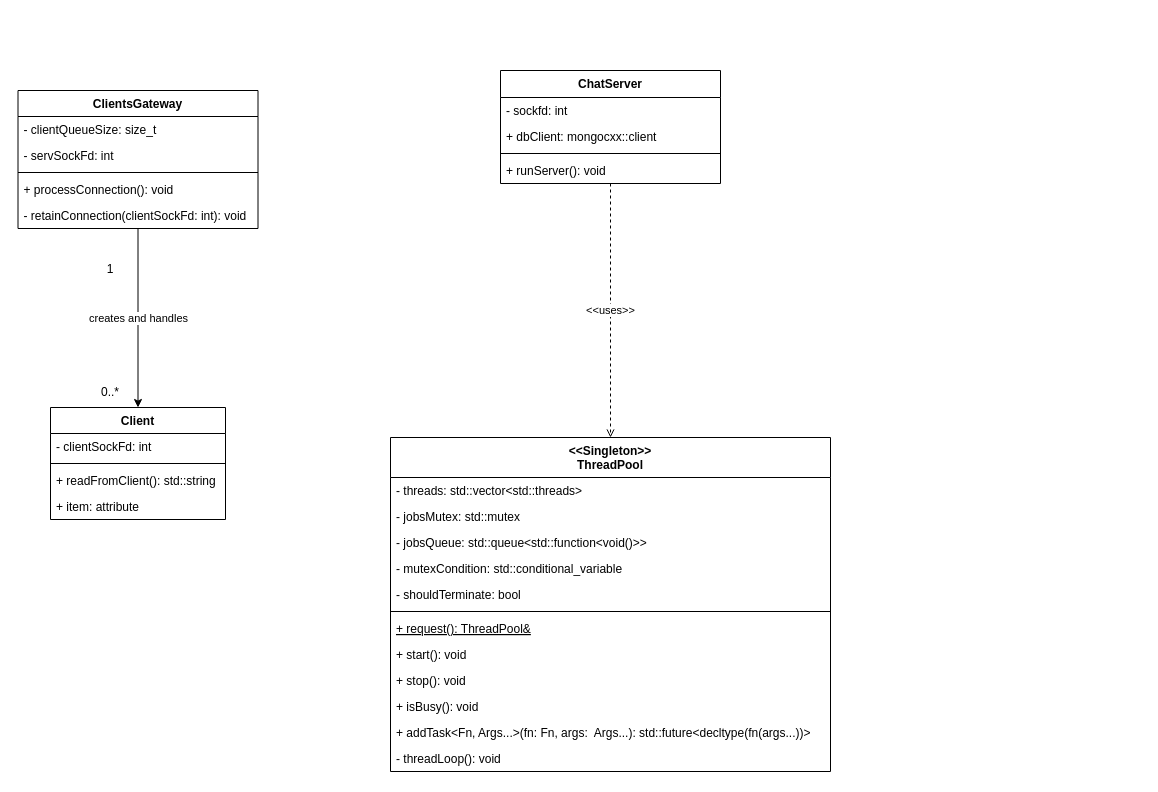
Earlier version of the draw.io diagram docs/static.drawio (dohuyminh/chatroom-server). Source tidied: cells renumbered, new cells numbered last; positions are measured from the earlier drawing's top-left corner, leaving out a move shared by most shapes. Both pictures are drawn from the tidied source at 100%, with x=0, y=0 at pixel (18, 70).
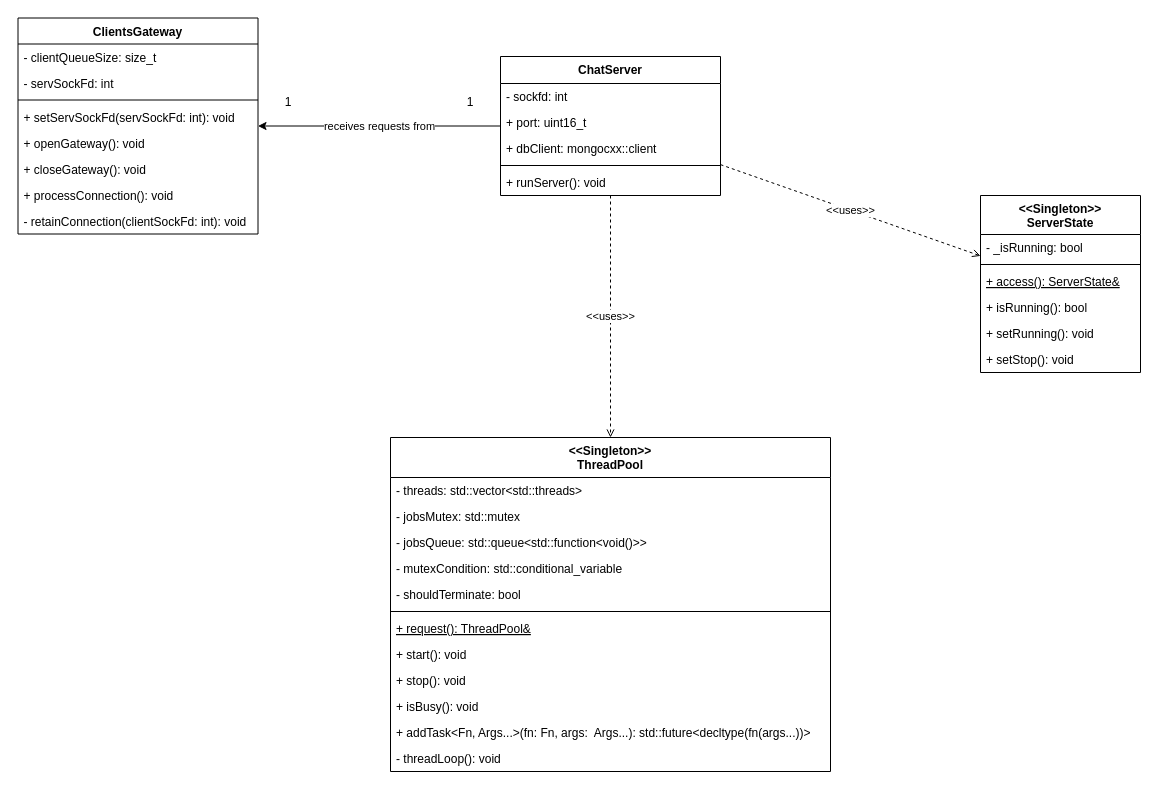
After the change.

What changed in the source:
```diff
@@
+    <mxCell id="36" value="&amp;lt;&amp;lt;uses&amp;gt;&amp;gt;" style="edgeStyle=none;html=1;dashed=1;endArrow=open;endFill=0;" parent="1" edge="1" source="3" target="42">
+      <mxGeometry relative="1" as="geometry" />
+    </mxCell>
+    <mxCell id="37" value="receives requests from" style="edgeStyle=none;html=1;endArrow=classic;endFill=1;" parent="1" edge="1" source="3" target="23">
+      <mxGeometry relative="1" as="geometry" />
+    </mxCell>
     <mxCell id="3" value="ChatServer" style="swimlane;fontStyle=1;align=center;verticalAlign=top;horizontal=1;startSize=27;" parent="1" vertex="1">
-      <mxGeometry x="482" width="220" height="113" as="geometry" />
+      <mxGeometry x="482" y="-14" width="220" height="139" as="geometry" />
     </mxCell>
@@
+    <mxCell id="38" value="+ port: uint16_t" style="text;strokeColor=none;fillColor=none;align=left;verticalAlign=top;spacingLeft=4;spacingRight=4;overflow=hidden;" parent="3" vertex="1">
+      <mxGeometry y="53" width="220" height="26" as="geometry" />
+    </mxCell>
     <mxCell id="5" value="+ dbClient: mongocxx::client" style="text;strokeColor=none;fillColor=none;align=left;verticalAlign=top;spacingLeft=4;spacingRight=4;overflow=hidden;" parent="3" vertex="1">
-      <mxGeometry y="53" width="220" height="26" as="geometry" />
+      <mxGeometry y="79" width="220" height="26" as="geometry" />
     </mxCell>
     <mxCell id="6" style="line;strokeWidth=1;fillColor=none;align=left;verticalAlign=middle;spacingTop=-1;spacingLeft=3;spacingRight=3;labelPosition=right;strokeColor=inherit;" parent="3" vertex="1">
-      <mxGeometry y="79" width="220" height="8" as="geometry" />
+      <mxGeometry y="105" width="220" height="8" as="geometry" />
     </mxCell>
     <mxCell id="7" value="+ runServer(): void" style="text;strokeColor=none;fillColor=none;align=left;verticalAlign=top;spacingLeft=4;spacingRight=4;overflow=hidden;" parent="3" vertex="1">
-      <mxGeometry y="87" width="220" height="26" as="geometry" />
+      <mxGeometry y="113" width="220" height="26" as="geometry" />
     </mxCell>
@@
-    <mxCell id="22" value="creates and handles" style="edgeStyle=none;html=1;entryX=0.5;entryY=0;entryDx=0;entryDy=0;" parent="1" edge="1" source="23" target="29">
-      <mxGeometry relative="1" as="geometry" />
-    </mxCell>
     <mxCell id="23" value="ClientsGateway" style="swimlane;fontStyle=1;align=center;verticalAlign=top;horizontal=1;startSize=26;" parent="1" vertex="1">
-      <mxGeometry x="-0.5" y="20" width="240" height="138" as="geometry" />
+      <mxGeometry x="-0.5" y="-52.5" width="240" height="216" as="geometry" />
     </mxCell>
@@
+    <mxCell id="39" value="+ setServSockFd(servSockFd: int): void" style="text;strokeColor=none;fillColor=none;align=left;verticalAlign=top;spacingLeft=4;spacingRight=4;overflow=hidden;" parent="23" vertex="1">
+      <mxGeometry y="86" width="240" height="26" as="geometry" />
+    </mxCell>
+    <mxCell id="40" value="+ openGateway(): void" style="text;strokeColor=none;fillColor=none;align=left;verticalAlign=top;spacingLeft=4;spacingRight=4;overflow=hidden;" parent="23" vertex="1">
+      <mxGeometry y="112" width="240" height="26" as="geometry" />
+    </mxCell>
+    <mxCell id="41" value="+ closeGateway(): void" style="text;strokeColor=none;fillColor=none;align=left;verticalAlign=top;spacingLeft=4;spacingRight=4;overflow=hidden;" parent="23" vertex="1">
+      <mxGeometry y="138" width="240" height="26" as="geometry" />
+    </mxCell>
     <mxCell id="27" value="+ processConnection(): void" style="text;strokeColor=none;fillColor=none;align=left;verticalAlign=top;spacingLeft=4;spacingRight=4;overflow=hidden;" parent="23" vertex="1">
-      <mxGeometry y="86" width="240" height="26" as="geometry" />
+      <mxGeometry y="164" width="240" height="26" as="geometry" />
     </mxCell>
     <mxCell id="28" value="- retainConnection(clientSockFd: int): void" style="text;strokeColor=none;fillColor=none;align=left;verticalAlign=top;spacingLeft=4;spacingRight=4;overflow=hidden;" parent="23" vertex="1">
-      <mxGeometry y="112" width="240" height="26" as="geometry" />
+      <mxGeometry y="190" width="240" height="26" as="geometry" />
     </mxCell>
-    <mxCell id="29" value="Client" style="swimlane;fontStyle=1;align=center;verticalAlign=top;horizontal=1;startSize=26;" parent="1" vertex="1">
-      <mxGeometry x="32" y="337" width="175" height="112" as="geometry" />
-    </mxCell>
-    <mxCell id="30" value="- clientSockFd: int" style="text;strokeColor=none;fillColor=none;align=left;verticalAlign=top;spacingLeft=4;spacingRight=4;overflow=hidden;" parent="29" vertex="1">
-      <mxGeometry y="26" width="175" height="26" as="geometry" />
-    </mxCell>
-    <mxCell id="31" style="line;strokeWidth=1;fillColor=none;align=left;verticalAlign=middle;spacingTop=-1;spacingLeft=3;spacingRight=3;labelPosition=right;strokeColor=inherit;" parent="29" vertex="1">
-      <mxGeometry y="52" width="175" height="8" as="geometry" />
-    </mxCell>
-    <mxCell id="32" value="+ readFromClient(): std::string" style="text;strokeColor=none;fillColor=none;align=left;verticalAlign=top;spacingLeft=4;spacingRight=4;overflow=hidden;" parent="29" vertex="1">
-      <mxGeometry y="60" width="175" height="26" as="geometry" />
-    </mxCell>
-    <mxCell id="33" value="+ item: attribute" style="text;strokeColor=none;fillColor=none;align=left;verticalAlign=top;spacingLeft=4;spacingRight=4;overflow=hidden;" parent="29" vertex="1">
-      <mxGeometry y="86" width="175" height="26" as="geometry" />
-    </mxCell>
-    <mxCell id="34" value="0..*" style="text;html=1;strokeColor=none;fillColor=none;align=center;verticalAlign=middle;whiteSpace=wrap;rounded=0;" parent="1" vertex="1">
-      <mxGeometry x="62" y="307" width="60" height="30" as="geometry" />
-    </mxCell>
-    <mxCell id="35" value="1" style="text;html=1;strokeColor=none;fillColor=none;align=center;verticalAlign=middle;whiteSpace=wrap;rounded=0;" parent="1" vertex="1">
-      <mxGeometry x="62" y="184" width="60" height="30" as="geometry" />
-    </mxCell>
+    <mxCell id="42" value="&lt;&lt;Singleton&gt;&gt;&#10;ServerState" style="swimlane;fontStyle=1;align=center;verticalAlign=top;horizontal=1;startSize=39;" parent="1" vertex="1">
+      <mxGeometry x="962" y="125" width="160" height="177" as="geometry" />
+    </mxCell>
+    <mxCell id="43" value="- _isRunning: bool" style="text;strokeColor=none;fillColor=none;align=left;verticalAlign=top;spacingLeft=4;spacingRight=4;overflow=hidden;" parent="42" vertex="1">
+      <mxGeometry y="39" width="160" height="26" as="geometry" />
+    </mxCell>
+    <mxCell id="44" style="line;strokeWidth=1;fillColor=none;align=left;verticalAlign=middle;spacingTop=-1;spacingLeft=3;spacingRight=3;labelPosition=right;strokeColor=inherit;" parent="42" vertex="1">
+      <mxGeometry y="65" width="160" height="8" as="geometry" />
+    </mxCell>
+    <mxCell id="45" value="+ access(): ServerState&amp;" style="text;strokeColor=none;fillColor=none;align=left;verticalAlign=top;spacingLeft=4;spacingRight=4;overflow=hidden;fontStyle=4;" parent="42" vertex="1">
+      <mxGeometry y="73" width="160" height="26" as="geometry" />
+    </mxCell>
+    <mxCell id="46" value="+ isRunning(): bool" style="text;strokeColor=none;fillColor=none;align=left;verticalAlign=top;spacingLeft=4;spacingRight=4;overflow=hidden;" parent="42" vertex="1">
+      <mxGeometry y="99" width="160" height="26" as="geometry" />
+    </mxCell>
+    <mxCell id="47" value="+ setRunning(): void" style="text;strokeColor=none;fillColor=none;align=left;verticalAlign=top;spacingLeft=4;spacingRight=4;overflow=hidden;" parent="42" vertex="1">
+      <mxGeometry y="125" width="160" height="26" as="geometry" />
+    </mxCell>
+    <mxCell id="48" value="+ setStop(): void" style="text;strokeColor=none;fillColor=none;align=left;verticalAlign=top;spacingLeft=4;spacingRight=4;overflow=hidden;" parent="42" vertex="1">
+      <mxGeometry y="151" width="160" height="26" as="geometry" />
+    </mxCell>
+    <mxCell id="49" value="1" style="text;html=1;strokeColor=none;fillColor=none;align=center;verticalAlign=middle;whiteSpace=wrap;rounded=0;" parent="1" vertex="1">
+      <mxGeometry x="239.5" y="17" width="60" height="30" as="geometry" />
+    </mxCell>
+    <mxCell id="50" value="1" style="text;html=1;strokeColor=none;fillColor=none;align=center;verticalAlign=middle;whiteSpace=wrap;rounded=0;" parent="1" vertex="1">
+      <mxGeometry x="422" y="17" width="60" height="30" as="geometry" />
+    </mxCell>
```
